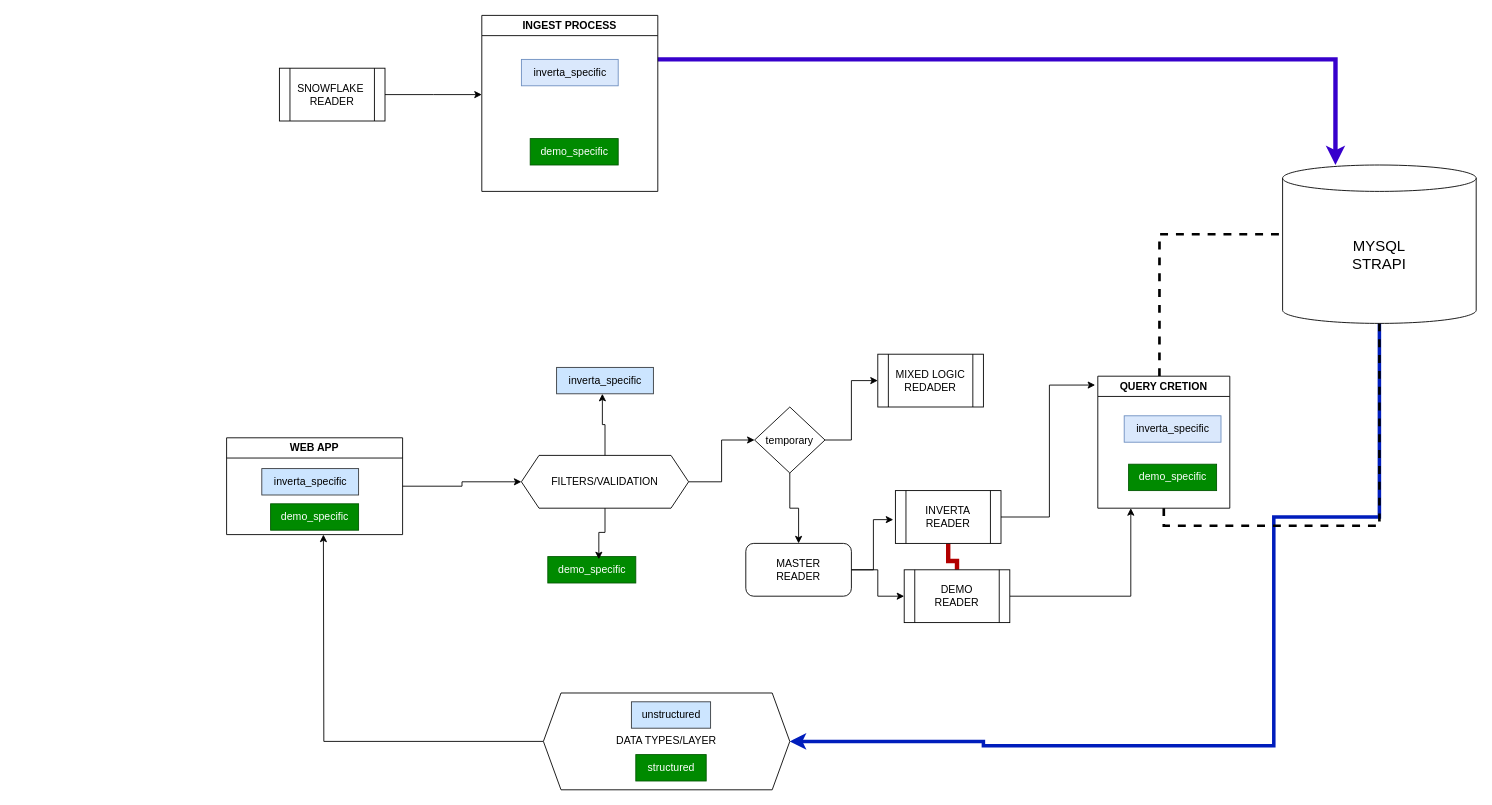
Above: tmp/client-schemas.drawio in LuciOroles/carbee (draw.io), before the change. Source tidied: cells renumbered, new cells numbered last; positions are measured from the earlier drawing's top-left corner, leaving out a move shared by most shapes. Both pictures are drawn from the tidied source at 88%, with x=0, y=0 at pixel (226, 15).
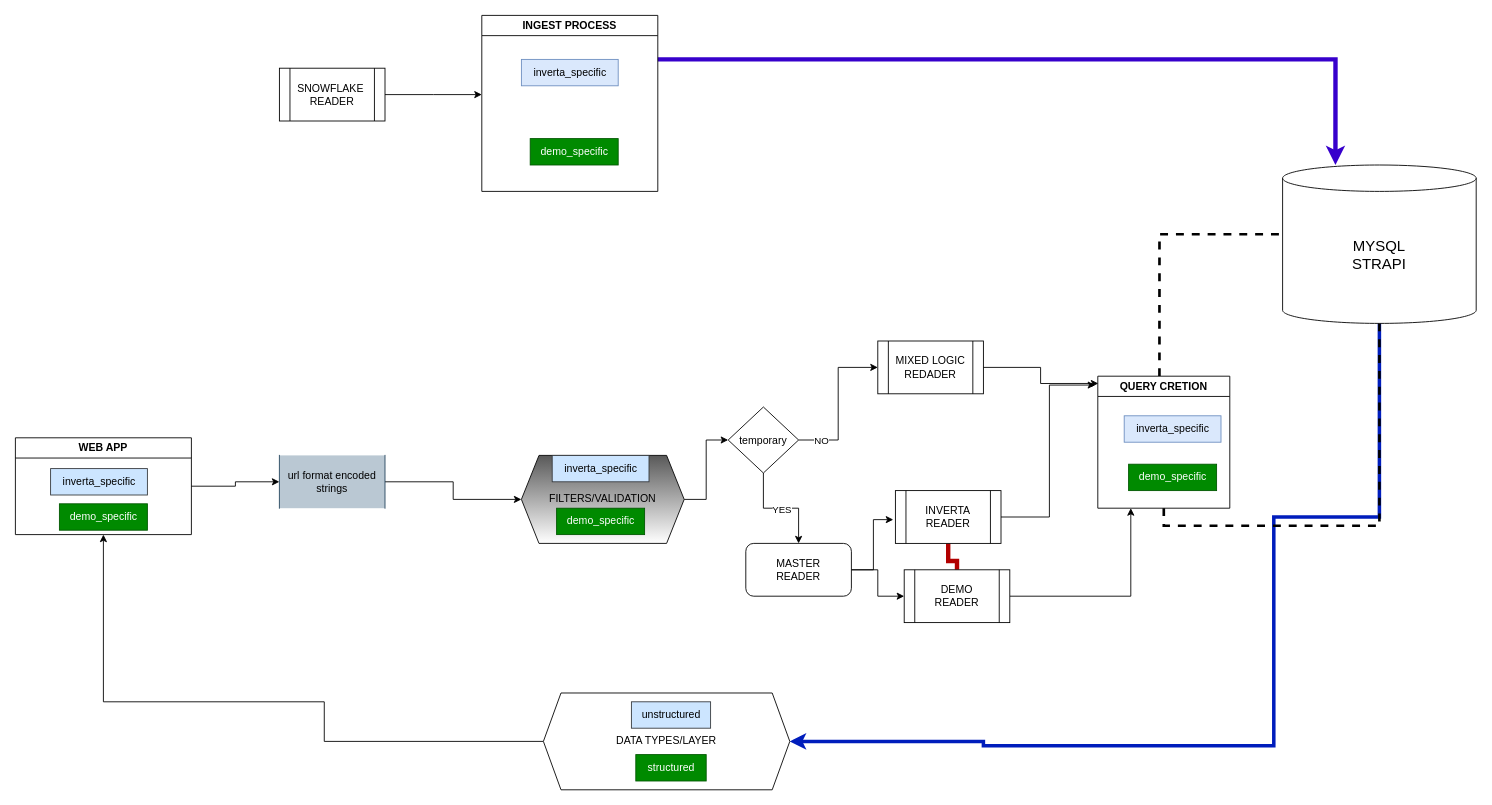
Above is the later version.

Commit message:
add buffer layer to schema

The change refers to these unchanged cells:
```xml
<mxCell id="15" value="QUERY CRETION" style="swimlane;whiteSpace=wrap;html=1;" parent="1" vertex="1">
  <mxGeometry x="990" y="410" width="150" height="150" as="geometry" />
</mxCell>
<mxCell id="31" value="DATA TYPES/LAYER" style="shape=hexagon;perimeter=hexagonPerimeter2;whiteSpace=wrap;html=1;fixedSize=1;" parent="1" vertex="1">
  <mxGeometry x="360" y="770" width="280" height="110" as="geometry" />
</mxCell>
<mxCell id="35" style="edgeStyle=orthogonalEdgeStyle;rounded=0;jettySize=auto;html=1;entryX=0;entryY=0.5;entryDx=0;entryDy=0;" parent="1" edge="1" source="37" target="34">
  <mxGeometry relative="1" as="geometry" />
</mxCell>
<mxCell id="36" style="edgeStyle=orthogonalEdgeStyle;rounded=0;jettySize=auto;html=1;" parent="1" edge="1" source="37" target="39">
  <mxGeometry relative="1" as="geometry" />
</mxCell>
```

Diff of the diagram source:
```diff
@@
-    <mxCell id="7" value="FILTERS/VALIDATION" style="shape=hexagon;perimeter=hexagonPerimeter2;whiteSpace=wrap;html=1;fixedSize=1;" parent="1" vertex="1">
-      <mxGeometry x="335" y="500" width="190" height="60" as="geometry" />
+    <mxCell id="7" value="FILTERS/VALIDATION" style="shape=hexagon;perimeter=hexagonPerimeter2;whiteSpace=wrap;html=1;fixedSize=1;fillColor=default;gradientColor=#595959;gradientDirection=north;" parent="1" vertex="1">
+      <mxGeometry x="335" y="500" width="185" height="100" as="geometry" />
     </mxCell>
@@
     <mxCell id="18" value="&lt;div&gt;inverta_specific&lt;/div&gt;" style="text;html=1;align=center;verticalAlign=middle;points=[];strokeColor=#36393d;fillColor=#cce5ff;" parent="1" vertex="1">
-      <mxGeometry x="375" y="400" width="110" height="30" as="geometry" />
+      <mxGeometry x="370" y="500" width="110" height="30" as="geometry" />
     </mxCell>
     <mxCell id="19" value="demo_specific" style="text;html=1;align=center;verticalAlign=middle;points=[];strokeColor=#005700;fillColor=#008a00;fontColor=#ffffff;" parent="1" vertex="1">
-      <mxGeometry x="365" y="615" width="100" height="30" as="geometry" />
+      <mxGeometry x="375" y="560" width="100" height="30" as="geometry" />
     </mxCell>
-    <mxCell id="20" style="edgeStyle=orthogonalEdgeStyle;rounded=0;jettySize=auto;html=1;entryX=0.58;entryY=0.1;entryDx=0;entryDy=0;entryPerimeter=0;" parent="1" edge="1" source="7" target="19">
-      <mxGeometry relative="1" as="geometry" />
-    </mxCell>
-    <mxCell id="21" style="edgeStyle=orthogonalEdgeStyle;rounded=0;jettySize=auto;html=1;entryX=0.473;entryY=1;entryDx=0;entryDy=0;entryPerimeter=0;" parent="1" edge="1" source="7" target="18">
-      <mxGeometry relative="1" as="geometry" />
-    </mxCell>
@@
-    <mxCell id="23" style="edgeStyle=orthogonalEdgeStyle;rounded=0;jettySize=auto;html=1;entryX=0;entryY=0.5;entryDx=0;entryDy=0;" parent="1" edge="1" source="24" target="7">
+    <mxCell id="23" style="edgeStyle=orthogonalEdgeStyle;rounded=0;jettySize=auto;html=1;entryX=0;entryY=0.5;entryDx=0;entryDy=0;" parent="1" edge="1" source="44" target="7">
       <mxGeometry relative="1" as="geometry" />
     </mxCell>
     <mxCell id="24" value="WEB APP" style="swimlane;whiteSpace=wrap;html=1;" parent="1" vertex="1">
-      <mxGeometry y="480" width="200" height="110" as="geometry" />
+      <mxGeometry x="-240" y="480" width="200" height="110" as="geometry" />
     </mxCell>
@@
     <mxCell id="30" style="edgeStyle=orthogonalEdgeStyle;rounded=0;jettySize=auto;html=1;" parent="1" edge="1" source="31">
       <mxGeometry relative="1" as="geometry">
-        <mxPoint x="110" y="590" as="targetPoint" />
+        <mxPoint x="-140" y="590" as="targetPoint" />
+        <Array as="points">
+          <mxPoint x="111" y="825" />
+          <mxPoint x="111" y="780" />
+          <mxPoint x="-140" y="780" />
+        </Array>
       </mxGeometry>
     </mxCell>
@@
     <mxCell id="34" value="MIXED LOGIC&lt;div&gt;REDADER&lt;/div&gt;" style="shape=process;whiteSpace=wrap;html=1;backgroundOutline=1;" parent="1" vertex="1">
-      <mxGeometry x="740" y="385" width="120" height="60" as="geometry" />
+      <mxGeometry x="740" y="370" width="120" height="60" as="geometry" />
     </mxCell>
@@
+    <mxCell id="41" value="NO" style="edgeLabel;html=1;align=center;verticalAlign=middle;" parent="35" vertex="1">
+      <mxGeometry x="-0.71" relative="1" as="geometry" />
+    </mxCell>
@@
+    <mxCell id="42" value="YES" style="edgeLabel;html=1;align=center;verticalAlign=middle;" parent="36" vertex="1">
+      <mxGeometry y="-1" relative="1" as="geometry" />
+    </mxCell>
     <mxCell id="37" value="temporary" style="rhombus;whiteSpace=wrap;html=1;" parent="1" vertex="1">
-      <mxGeometry x="600" y="445" width="80" height="75" as="geometry" />
+      <mxGeometry x="570" y="445" width="80" height="75" as="geometry" />
     </mxCell>
@@
+    <mxCell id="43" style="edgeStyle=orthogonalEdgeStyle;rounded=0;jettySize=auto;html=1;entryX=0;entryY=0.5;entryDx=0;entryDy=0;" parent="1" edge="1" source="24" target="44">
+      <mxGeometry relative="1" as="geometry" />
+    </mxCell>
+    <mxCell id="44" value="url format encoded&lt;div&gt;strings&lt;/div&gt;" style="shape=partialRectangle;whiteSpace=wrap;html=1;bottom=0;top=0;fillColor=#bac8d3;strokeColor=#23445d;" parent="1" vertex="1">
+      <mxGeometry x="60" y="500" width="120" height="60" as="geometry" />
+    </mxCell>
+    <mxCell id="45" style="edgeStyle=orthogonalEdgeStyle;rounded=0;jettySize=auto;html=1;entryX=0.004;entryY=0.055;entryDx=0;entryDy=0;entryPerimeter=0;" parent="1" edge="1" source="34" target="15">
+      <mxGeometry relative="1" as="geometry" />
+    </mxCell>
```
